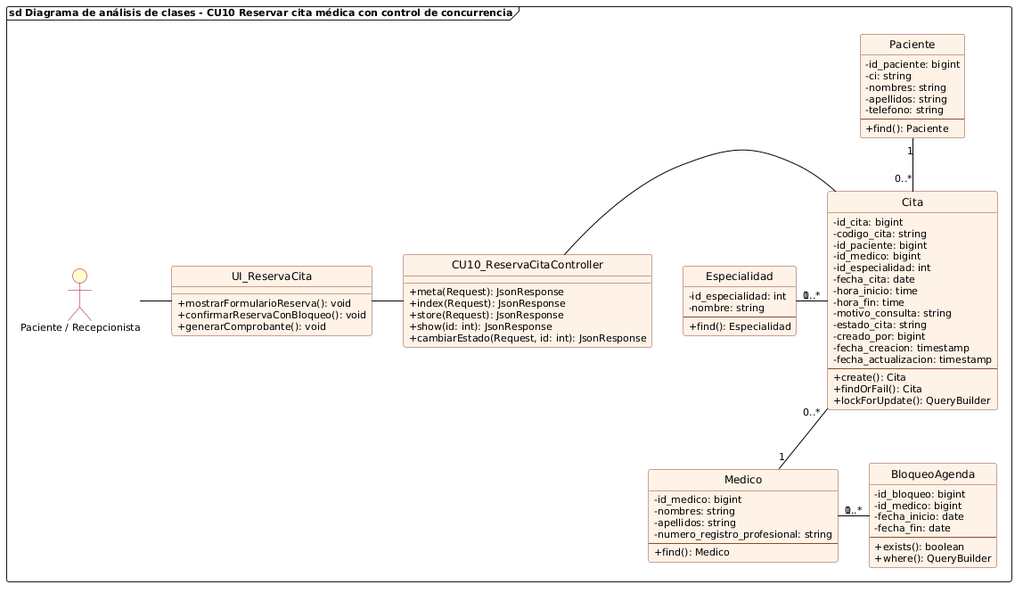
Earlier version of the PlantUML export diagramas/cu10_analisis_reservar_cita_medica.png (DiogoMars777/CITAS_MEDICAS).
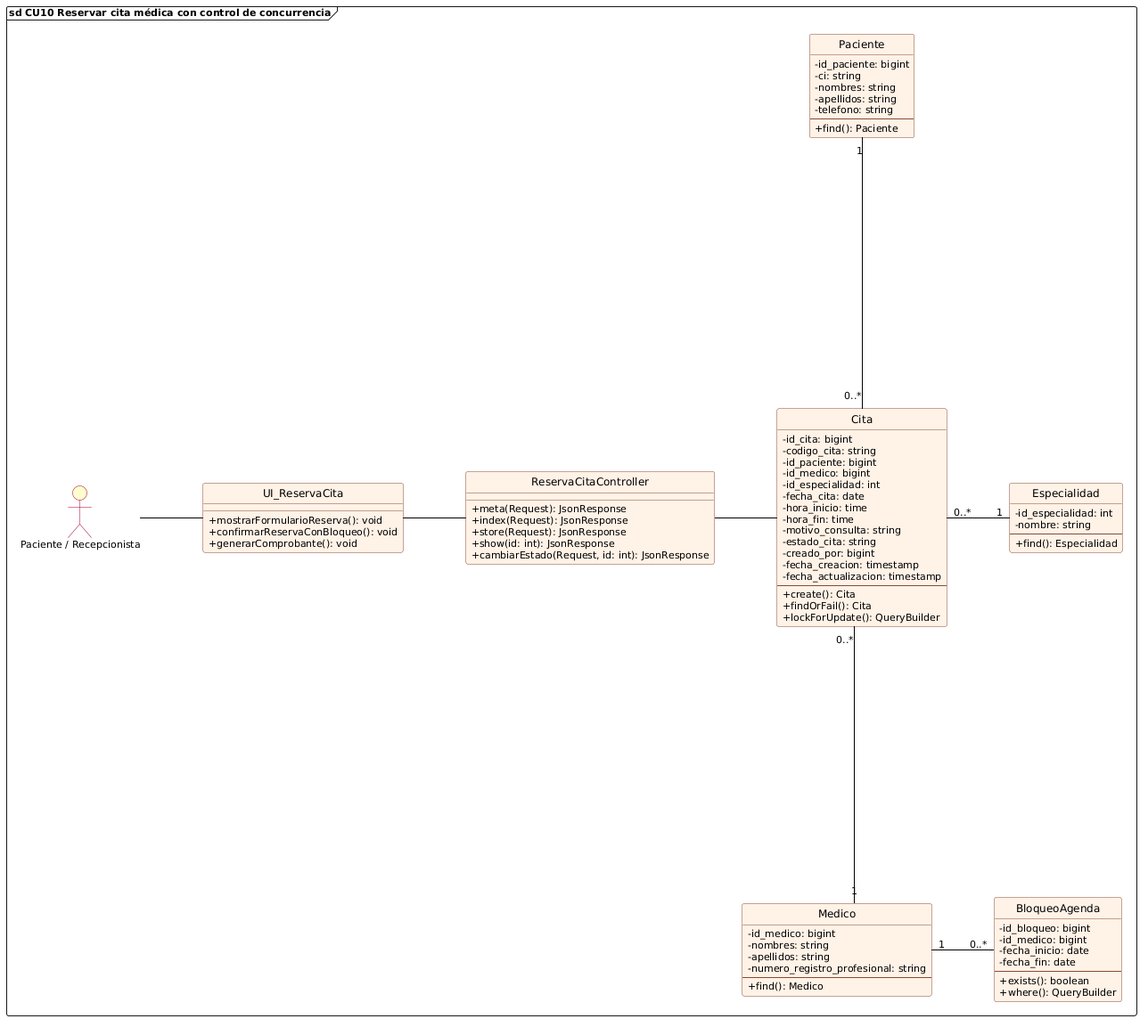
After the commit.

What changed in the source:
```diff
@@ -1,6 +1,9 @@
 @startuml cu10_analisis_reservar_cita_medica
 allowmixing
 
+skinparam linetype ortho
+skinparam nodesep 70
+skinparam ranksep 60
 skinparam backgroundColor white
 skinparam defaultFontName "Segoe UI"
 skinparam defaultFontSize 11
@@ -21,7 +24,7 @@
     BorderColor #A80036
 }
 
-frame "sd Diagrama de análisis de clases - CU10 Reservar cita médica con control de concurrencia" {
+frame "sd CU10 Reservar cita médica con control de concurrencia" {
     actor "Paciente / Recepcionista" as ActorReserva
 
     class UI_ReservaCita {
@@ -30,7 +33,7 @@
         + generarComprobante(): void
     }
 
-    class CU10_ReservaCitaController {
+    class ReservaCitaController {
         + meta(Request): JsonResponse
         + index(Request): JsonResponse
         + store(Request): JsonResponse
@@ -95,12 +98,12 @@
     }
 
     ActorReserva -right- UI_ReservaCita
-    UI_ReservaCita -right- CU10_ReservaCitaController
-    CU10_ReservaCitaController -right- Cita
+    UI_ReservaCita -right- ReservaCitaController
+    ReservaCitaController -right- Cita
 
-    Cita "0..*" -up- "1" Paciente
-    Cita "0..*" -down- "1" Medico
-    Cita "0..*" -left- "1" Especialidad
-    Medico "1" -right- "0..*" BloqueoAgenda
+    Cita "0..*" ---up--- "1" Paciente
+    Cita "0..*" ---down--- "1" Medico
+    Cita "0..*" ---right--- "1" Especialidad
+    Medico "1" ---right--- "0..*" BloqueoAgenda
 }
 @enduml
```
